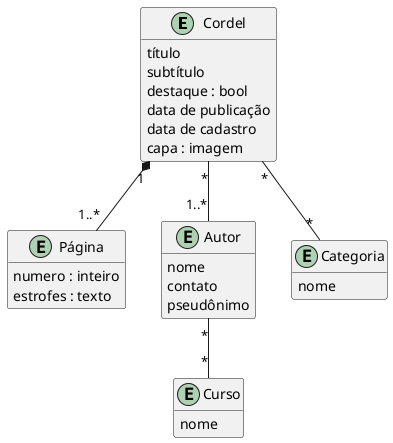
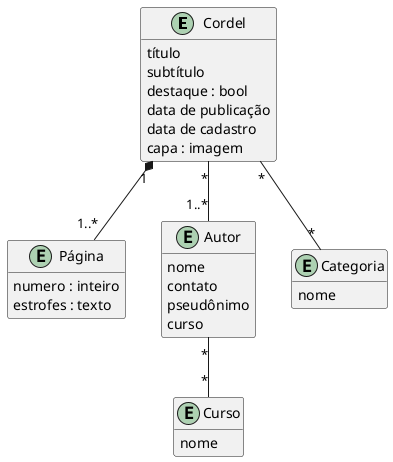
@startuml
hide empty methods
entity Cordel{
  título
  subtítulo
  destaque : bool
  data de publicação
  data de cadastro
  capa : imagem
}
entity Página{
  numero : inteiro
  estrofes : texto
}
entity Curso{
  nome
}
entity Autor{
  nome
  contato
  pseudônimo
+   curso
}
entity Categoria{
  nome
}
Cordel "1" *-- "1..*" Página
Cordel "*" -- "1..*" Autor
Cordel "*" -- "*" Categoria
Autor "*" -- "*" Curso
' visite plantuml.com para gerar o diagrama
@enduml